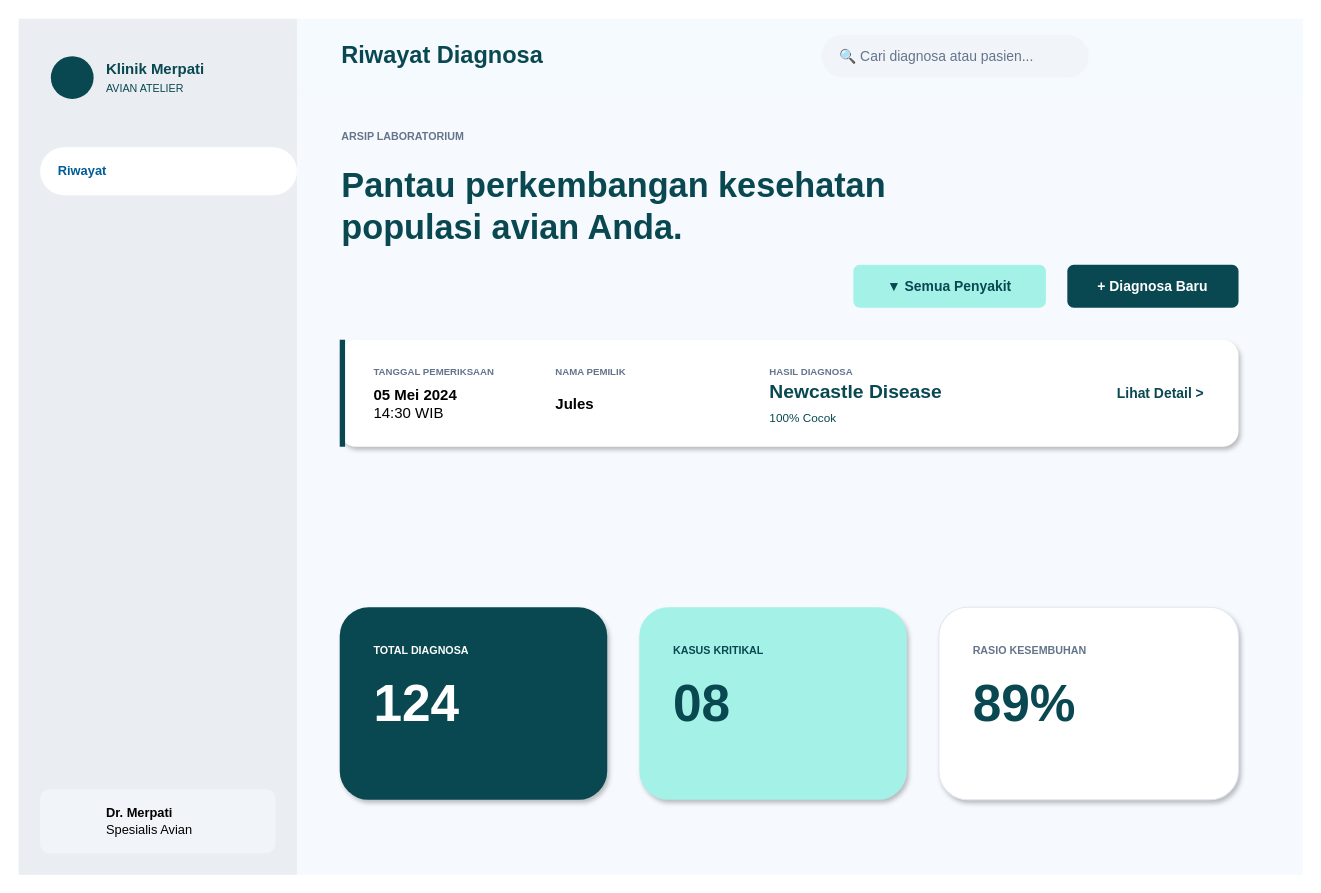
Earlier version of the draw.io diagram diagram/desain/riwayat.drawio (Jinsky/Jinsky). Source tidied: cells renumbered, new cells numbered last; positions are measured from the earlier drawing's top-left corner, leaving out a move shared by most shapes. Both pictures are drawn from the tidied source at 107%, with x=0, y=0 at pixel (18, 18).
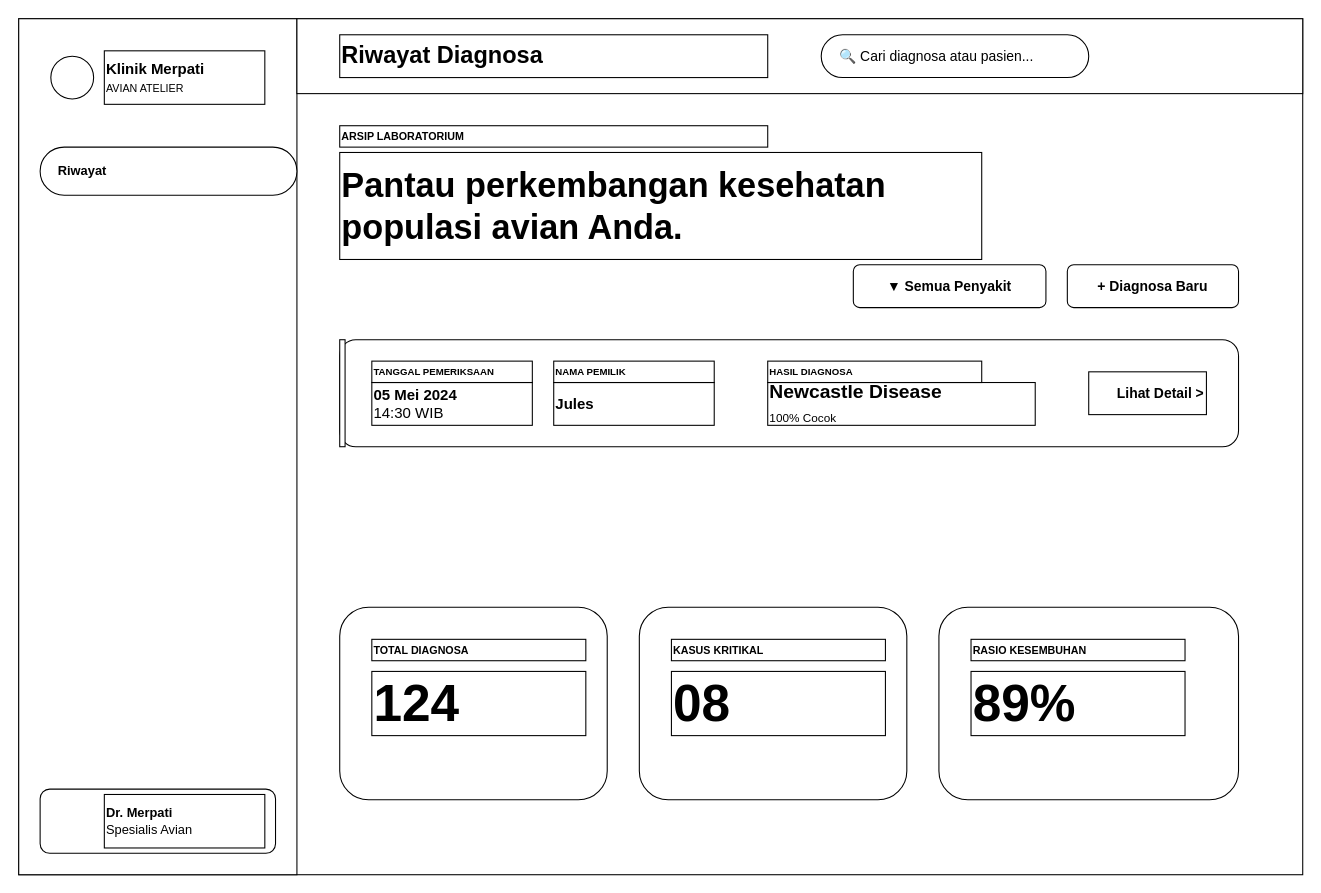
Above is the later version.

Diff of the diagram source:
```diff
@@
-    <mxCell id="2" style="rounded=0;whiteSpace=wrap;html=1;fillColor=#f6fafe;strokeColor=none;" parent="1" vertex="1">
+    <mxCell id="2" style="rounded=0;whiteSpace=wrap;html=1;fillColor=#ffffff;strokeColor=#000000;fontColor=#000000;" parent="1" vertex="1">
       <mxGeometry width="1200" height="800" as="geometry" />
     </mxCell>
-    <mxCell id="3" style="rounded=0;whiteSpace=wrap;html=1;fillColor=#eaeef2;strokeColor=none;" parent="1" vertex="1">
+    <mxCell id="3" style="rounded=0;whiteSpace=wrap;html=1;fillColor=#ffffff;strokeColor=#000000;fontColor=#000000;" parent="1" vertex="1">
       <mxGeometry width="260" height="800" as="geometry" />
     </mxCell>
-    <mxCell id="4" style="ellipse;whiteSpace=wrap;html=1;fillColor=#094851;strokeColor=none;" parent="1" vertex="1">
+    <mxCell id="4" style="ellipse;whiteSpace=wrap;html=1;fillColor=#ffffff;strokeColor=#000000;fontColor=#000000;" parent="1" vertex="1">
       <mxGeometry x="30" y="35" width="40" height="40" as="geometry" />
     </mxCell>
-    <mxCell id="5" value="&lt;b&gt;Klinik Merpati&lt;/b&gt;&lt;br&gt;&lt;font style=&quot;font-size: 10px&quot;&gt;AVIAN ATELIER&lt;/font&gt;" style="text;html=1;strokeColor=none;fillColor=none;align=left;verticalAlign=middle;whiteSpace=wrap;rounded=0;fontColor=#094851;fontSize=14;" parent="1" vertex="1">
+    <mxCell id="5" value="&lt;b&gt;Klinik Merpati&lt;/b&gt;&lt;br&gt;&lt;font style=&quot;font-size: 10px&quot;&gt;AVIAN ATELIER&lt;/font&gt;" style="text;html=1;strokeColor=#000000;fillColor=none;align=left;verticalAlign=middle;whiteSpace=wrap;rounded=0;fontColor=#000000;fontSize=14;" parent="1" vertex="1">
       <mxGeometry x="80" y="30" width="150" height="50" as="geometry" />
     </mxCell>
-    <mxCell id="6" value="      Riwayat" style="rounded=1;whiteSpace=wrap;html=1;fillColor=#ffffff;fontColor=#005C97;strokeColor=none;align=left;spacingLeft=15;fontStyle=1;arcSize=50;" parent="1" vertex="1">
+    <mxCell id="6" value="      Riwayat" style="rounded=1;whiteSpace=wrap;html=1;fillColor=#ffffff;fontColor=#000000;strokeColor=#000000;align=left;spacingLeft=15;fontStyle=1;arcSize=50;" parent="1" vertex="1">
       <mxGeometry x="20" y="120" width="240" height="45" as="geometry" />
     </mxCell>
-    <mxCell id="7" style="rounded=1;whiteSpace=wrap;html=1;fillColor=#f1f5f9;strokeColor=none;" parent="1" vertex="1">
+    <mxCell id="7" style="rounded=1;whiteSpace=wrap;html=1;fillColor=#ffffff;strokeColor=#000000;fontColor=#000000;" parent="1" vertex="1">
       <mxGeometry x="20" y="720" width="220" height="60" as="geometry" />
     </mxCell>
-    <mxCell id="8" value="&lt;b&gt;Dr. Merpati&lt;/b&gt;&lt;br&gt;Spesialis Avian" style="text;html=1;strokeColor=none;fillColor=none;align=left;verticalAlign=middle;whiteSpace=wrap;rounded=0;fontSize=12;" parent="1" vertex="1">
+    <mxCell id="8" value="&lt;b&gt;Dr. Merpati&lt;/b&gt;&lt;br&gt;Spesialis Avian" style="text;html=1;strokeColor=#000000;fillColor=none;align=left;verticalAlign=middle;whiteSpace=wrap;rounded=0;fontSize=12;fontColor=#000000;" parent="1" vertex="1">
       <mxGeometry x="80" y="725" width="150" height="50" as="geometry" />
     </mxCell>
-    <mxCell id="9" style="rounded=0;whiteSpace=wrap;html=1;fillColor=#f6fafe;opacity=80;strokeColor=none;" parent="1" vertex="1">
+    <mxCell id="9" style="rounded=0;whiteSpace=wrap;html=1;fillColor=#ffffff;strokeColor=#000000;fontColor=#000000;" parent="1" vertex="1">
       <mxGeometry x="260" width="940" height="70" as="geometry" />
     </mxCell>
-    <mxCell id="10" value="&lt;b&gt;Riwayat Diagnosa&lt;/b&gt;" style="text;html=1;strokeColor=none;fillColor=none;align=left;verticalAlign=middle;whiteSpace=wrap;rounded=0;fontSize=22;fontColor=#094851;" parent="1" vertex="1">
+    <mxCell id="10" value="&lt;b&gt;Riwayat Diagnosa&lt;/b&gt;" style="text;html=1;strokeColor=#000000;fillColor=none;align=left;verticalAlign=middle;whiteSpace=wrap;rounded=0;fontSize=22;fontColor=#000000;" parent="1" vertex="1">
       <mxGeometry x="300" y="15" width="400" height="40" as="geometry" />
     </mxCell>
-    <mxCell id="11" value="🔍 Cari diagnosa atau pasien..." style="rounded=1;whiteSpace=wrap;html=1;fillColor=#f1f5f9;strokeColor=none;align=left;spacingLeft=15;fontColor=#64748b;fontSize=13;arcSize=50;" parent="1" vertex="1">
+    <mxCell id="11" value="🔍 Cari diagnosa atau pasien..." style="rounded=1;whiteSpace=wrap;html=1;fillColor=#ffffff;strokeColor=#000000;align=left;spacingLeft=15;fontColor=#000000;fontSize=13;arcSize=50;" parent="1" vertex="1">
       <mxGeometry x="750" y="15" width="250" height="40" as="geometry" />
     </mxCell>
-    <mxCell id="12" value="ARSIP LABORATORIUM" style="text;html=1;strokeColor=none;fillColor=none;align=left;verticalAlign=middle;whiteSpace=wrap;rounded=0;fontSize=10;fontStyle=1;fontColor=#64748b;letterSpacing=2;" parent="1" vertex="1">
+    <mxCell id="12" value="ARSIP LABORATORIUM" style="text;html=1;strokeColor=#000000;fillColor=none;align=left;verticalAlign=middle;whiteSpace=wrap;rounded=0;fontSize=10;fontStyle=1;fontColor=#000000;letterSpacing=2;" parent="1" vertex="1">
       <mxGeometry x="300" y="100" width="400" height="20" as="geometry" />
     </mxCell>
-    <mxCell id="13" value="&lt;b&gt;Pantau perkembangan kesehatan&lt;br&gt;populasi avian Anda.&lt;/b&gt;" style="text;html=1;strokeColor=none;fillColor=none;align=left;verticalAlign=middle;whiteSpace=wrap;rounded=0;fontSize=32;fontColor=#094851;" parent="1" vertex="1">
+    <mxCell id="13" value="&lt;b&gt;Pantau perkembangan kesehatan&lt;br&gt;populasi avian Anda.&lt;/b&gt;" style="text;html=1;strokeColor=#000000;fillColor=none;align=left;verticalAlign=middle;whiteSpace=wrap;rounded=0;fontSize=32;fontColor=#000000;" parent="1" vertex="1">
       <mxGeometry x="300" y="125" width="600" height="100" as="geometry" />
     </mxCell>
-    <mxCell id="14" value="▼ Semua Penyakit" style="rounded=1;whiteSpace=wrap;html=1;fillColor=#a4f1e7;strokeColor=none;fontColor=#094851;fontStyle=1;fontSize=13;" parent="1" vertex="1">
+    <mxCell id="14" value="▼ Semua Penyakit" style="rounded=1;whiteSpace=wrap;html=1;fillColor=#ffffff;strokeColor=#000000;fontColor=#000000;fontStyle=1;fontSize=13;" parent="1" vertex="1">
       <mxGeometry x="780" y="230" width="180" height="40" as="geometry" />
     </mxCell>
-    <mxCell id="15" value="+ Diagnosa Baru" style="rounded=1;whiteSpace=wrap;html=1;fillColor=#094851;strokeColor=none;fontColor=#ffffff;fontStyle=1;fontSize=13;" parent="1" vertex="1">
+    <mxCell id="15" value="+ Diagnosa Baru" style="rounded=1;whiteSpace=wrap;html=1;fillColor=#ffffff;strokeColor=#000000;fontColor=#000000;fontStyle=1;fontSize=13;" parent="1" vertex="1">
       <mxGeometry x="980" y="230" width="160" height="40" as="geometry" />
     </mxCell>
-    <mxCell id="16" style="rounded=1;whiteSpace=wrap;html=1;fillColor=#ffffff;strokeColor=none;shadow=1;" parent="1" vertex="1">
+    <mxCell id="16" style="rounded=1;whiteSpace=wrap;html=1;fillColor=#ffffff;strokeColor=#000000;fontColor=#000000;" parent="1" vertex="1">
       <mxGeometry x="300" y="300" width="840" height="100" as="geometry" />
     </mxCell>
-    <mxCell id="17" style="rounded=0;whiteSpace=wrap;html=1;fillColor=#094851;strokeColor=none;" parent="1" vertex="1">
+    <mxCell id="17" style="rounded=0;whiteSpace=wrap;html=1;fillColor=#ffffff;strokeColor=#000000;fontColor=#000000;" parent="1" vertex="1">
       <mxGeometry x="300" y="300" width="5" height="100" as="geometry" />
     </mxCell>
-    <mxCell id="18" value="TANGGAL PEMERIKSAAN" style="text;html=1;strokeColor=none;fillColor=none;align=left;verticalAlign=middle;whiteSpace=wrap;rounded=0;fontSize=9;fontStyle=1;fontColor=#64748b;" parent="1" vertex="1">
+    <mxCell id="18" value="TANGGAL PEMERIKSAAN" style="text;html=1;strokeColor=#000000;fillColor=none;align=left;verticalAlign=middle;whiteSpace=wrap;rounded=0;fontSize=9;fontStyle=1;fontColor=#000000;" parent="1" vertex="1">
       <mxGeometry x="330" y="320" width="150" height="20" as="geometry" />
     </mxCell>
-    <mxCell id="19" value="&lt;b&gt;05 Mei 2024&lt;/b&gt;&lt;br&gt;14:30 WIB" style="text;html=1;strokeColor=none;fillColor=none;align=left;verticalAlign=middle;whiteSpace=wrap;rounded=0;fontSize=14;" parent="1" vertex="1">
+    <mxCell id="19" value="&lt;b&gt;05 Mei 2024&lt;/b&gt;&lt;br&gt;14:30 WIB" style="text;html=1;strokeColor=#000000;fillColor=none;align=left;verticalAlign=middle;whiteSpace=wrap;rounded=0;fontSize=14;fontColor=#000000;" parent="1" vertex="1">
       <mxGeometry x="330" y="340" width="150" height="40" as="geometry" />
     </mxCell>
-    <mxCell id="20" value="NAMA PEMILIK" style="text;html=1;strokeColor=none;fillColor=none;align=left;verticalAlign=middle;whiteSpace=wrap;rounded=0;fontSize=9;fontStyle=1;fontColor=#64748b;" parent="1" vertex="1">
+    <mxCell id="20" value="NAMA PEMILIK" style="text;html=1;strokeColor=#000000;fillColor=none;align=left;verticalAlign=middle;whiteSpace=wrap;rounded=0;fontSize=9;fontStyle=1;fontColor=#000000;" parent="1" vertex="1">
       <mxGeometry x="500" y="320" width="150" height="20" as="geometry" />
     </mxCell>
-    <mxCell id="21" value="&lt;b&gt;Jules&lt;/b&gt;" style="text;html=1;strokeColor=none;fillColor=none;align=left;verticalAlign=middle;whiteSpace=wrap;rounded=0;fontSize=14;" parent="1" vertex="1">
+    <mxCell id="21" value="&lt;b&gt;Jules&lt;/b&gt;" style="text;html=1;strokeColor=#000000;fillColor=none;align=left;verticalAlign=middle;whiteSpace=wrap;rounded=0;fontSize=14;fontColor=#000000;" parent="1" vertex="1">
       <mxGeometry x="500" y="340" width="150" height="40" as="geometry" />
     </mxCell>
-    <mxCell id="22" value="HASIL DIAGNOSA" style="text;html=1;strokeColor=none;fillColor=none;align=left;verticalAlign=middle;whiteSpace=wrap;rounded=0;fontSize=9;fontStyle=1;fontColor=#64748b;" parent="1" vertex="1">
+    <mxCell id="22" value="HASIL DIAGNOSA" style="text;html=1;strokeColor=#000000;fillColor=none;align=left;verticalAlign=middle;whiteSpace=wrap;rounded=0;fontSize=9;fontStyle=1;fontColor=#000000;" parent="1" vertex="1">
       <mxGeometry x="700" y="320" width="200" height="20" as="geometry" />
     </mxCell>
-    <mxCell id="23" value="&lt;b&gt;Newcastle Disease&lt;/b&gt;&lt;br&gt;&lt;font style=&quot;font-size: 11px&quot;&gt;100% Cocok&lt;/font&gt;" style="text;html=1;strokeColor=none;fillColor=none;align=left;verticalAlign=middle;whiteSpace=wrap;rounded=0;fontSize=18;fontColor=#094851;" parent="1" vertex="1">
+    <mxCell id="23" value="&lt;b&gt;Newcastle Disease&lt;/b&gt;&lt;br&gt;&lt;font style=&quot;font-size: 11px&quot;&gt;100% Cocok&lt;/font&gt;" style="text;html=1;strokeColor=#000000;fillColor=none;align=left;verticalAlign=middle;whiteSpace=wrap;rounded=0;fontSize=18;fontColor=#000000;" parent="1" vertex="1">
       <mxGeometry x="700" y="340" width="250" height="40" as="geometry" />
     </mxCell>
-    <mxCell id="24" value="&lt;b&gt;Lihat Detail &gt;&lt;/b&gt;" style="text;html=1;strokeColor=none;fillColor=none;align=right;verticalAlign=middle;whiteSpace=wrap;rounded=0;fontSize=13;fontColor=#094851;" parent="1" vertex="1">
+    <mxCell id="24" value="&lt;b&gt;Lihat Detail &gt;&lt;/b&gt;" style="text;html=1;strokeColor=#000000;fillColor=none;align=right;verticalAlign=middle;whiteSpace=wrap;rounded=0;fontSize=13;fontColor=#000000;" parent="1" vertex="1">
       <mxGeometry x="1000" y="330" width="110" height="40" as="geometry" />
     </mxCell>
-    <mxCell id="25" style="rounded=1;whiteSpace=wrap;html=1;fillColor=#094851;strokeColor=none;shadow=1;" parent="1" vertex="1">
+    <mxCell id="25" style="rounded=1;whiteSpace=wrap;html=1;fillColor=#ffffff;strokeColor=#000000;fontColor=#000000;" parent="1" vertex="1">
       <mxGeometry x="300" y="550" width="250" height="180" as="geometry" />
     </mxCell>
-    <mxCell id="26" value="TOTAL DIAGNOSA" style="text;html=1;strokeColor=none;fillColor=none;align=left;verticalAlign=middle;whiteSpace=wrap;rounded=0;fontSize=10;fontStyle=1;fontColor=#ffffff;opacity=80;" parent="1" vertex="1">
+    <mxCell id="26" value="TOTAL DIAGNOSA" style="text;html=1;strokeColor=#000000;fillColor=none;align=left;verticalAlign=middle;whiteSpace=wrap;rounded=0;fontSize=10;fontStyle=1;fontColor=#000000;" parent="1" vertex="1">
       <mxGeometry x="330" y="580" width="200" height="20" as="geometry" />
     </mxCell>
-    <mxCell id="27" value="&lt;b&gt;124&lt;/b&gt;" style="text;html=1;strokeColor=none;fillColor=none;align=left;verticalAlign=middle;whiteSpace=wrap;rounded=0;fontSize=48;fontColor=#ffffff;" parent="1" vertex="1">
+    <mxCell id="27" value="&lt;b&gt;124&lt;/b&gt;" style="text;html=1;strokeColor=#000000;fillColor=none;align=left;verticalAlign=middle;whiteSpace=wrap;rounded=0;fontSize=48;fontColor=#000000;" parent="1" vertex="1">
       <mxGeometry x="330" y="610" width="200" height="60" as="geometry" />
     </mxCell>
-    <mxCell id="28" style="rounded=1;whiteSpace=wrap;html=1;fillColor=#a4f1e7;strokeColor=none;shadow=1;" parent="1" vertex="1">
+    <mxCell id="28" style="rounded=1;whiteSpace=wrap;html=1;fillColor=#ffffff;strokeColor=#000000;fontColor=#000000;" parent="1" vertex="1">
       <mxGeometry x="580" y="550" width="250" height="180" as="geometry" />
     </mxCell>
-    <mxCell id="29" value="KASUS KRITIKAL" style="text;html=1;strokeColor=none;fillColor=none;align=left;verticalAlign=middle;whiteSpace=wrap;rounded=0;fontSize=10;fontStyle=1;fontColor=#094851;opacity=80;" parent="1" vertex="1">
+    <mxCell id="29" value="KASUS KRITIKAL" style="text;html=1;strokeColor=#000000;fillColor=none;align=left;verticalAlign=middle;whiteSpace=wrap;rounded=0;fontSize=10;fontStyle=1;fontColor=#000000;" parent="1" vertex="1">
       <mxGeometry x="610" y="580" width="200" height="20" as="geometry" />
     </mxCell>
-    <mxCell id="30" value="&lt;b&gt;08&lt;/b&gt;" style="text;html=1;strokeColor=none;fillColor=none;align=left;verticalAlign=middle;whiteSpace=wrap;rounded=0;fontSize=48;fontColor=#094851;" parent="1" vertex="1">
+    <mxCell id="30" value="&lt;b&gt;08&lt;/b&gt;" style="text;html=1;strokeColor=#000000;fillColor=none;align=left;verticalAlign=middle;whiteSpace=wrap;rounded=0;fontSize=48;fontColor=#000000;" parent="1" vertex="1">
       <mxGeometry x="610" y="610" width="200" height="60" as="geometry" />
     </mxCell>
-    <mxCell id="31" style="rounded=1;whiteSpace=wrap;html=1;fillColor=#ffffff;strokeColor=#e2e8f0;shadow=1;" parent="1" vertex="1">
+    <mxCell id="31" style="rounded=1;whiteSpace=wrap;html=1;fillColor=#ffffff;strokeColor=#000000;fontColor=#000000;" parent="1" vertex="1">
       <mxGeometry x="860" y="550" width="280" height="180" as="geometry" />
     </mxCell>
-    <mxCell id="32" value="RASIO KESEMBUHAN" style="text;html=1;strokeColor=none;fillColor=none;align=left;verticalAlign=middle;whiteSpace=wrap;rounded=0;fontSize=10;fontStyle=1;fontColor=#64748b;opacity=80;" parent="1" vertex="1">
+    <mxCell id="32" value="RASIO KESEMBUHAN" style="text;html=1;strokeColor=#000000;fillColor=none;align=left;verticalAlign=middle;whiteSpace=wrap;rounded=0;fontSize=10;fontStyle=1;fontColor=#000000;" parent="1" vertex="1">
       <mxGeometry x="890" y="580" width="200" height="20" as="geometry" />
     </mxCell>
-    <mxCell id="33" value="&lt;b&gt;89%&lt;/b&gt;" style="text;html=1;strokeColor=none;fillColor=none;align=left;verticalAlign=middle;whiteSpace=wrap;rounded=0;fontSize=48;fontColor=#094851;" parent="1" vertex="1">
+    <mxCell id="33" value="&lt;b&gt;89%&lt;/b&gt;" style="text;html=1;strokeColor=#000000;fillColor=none;align=left;verticalAlign=middle;whiteSpace=wrap;rounded=0;fontSize=48;fontColor=#000000;" parent="1" vertex="1">
       <mxGeometry x="890" y="610" width="200" height="60" as="geometry" />
     </mxCell>
```
